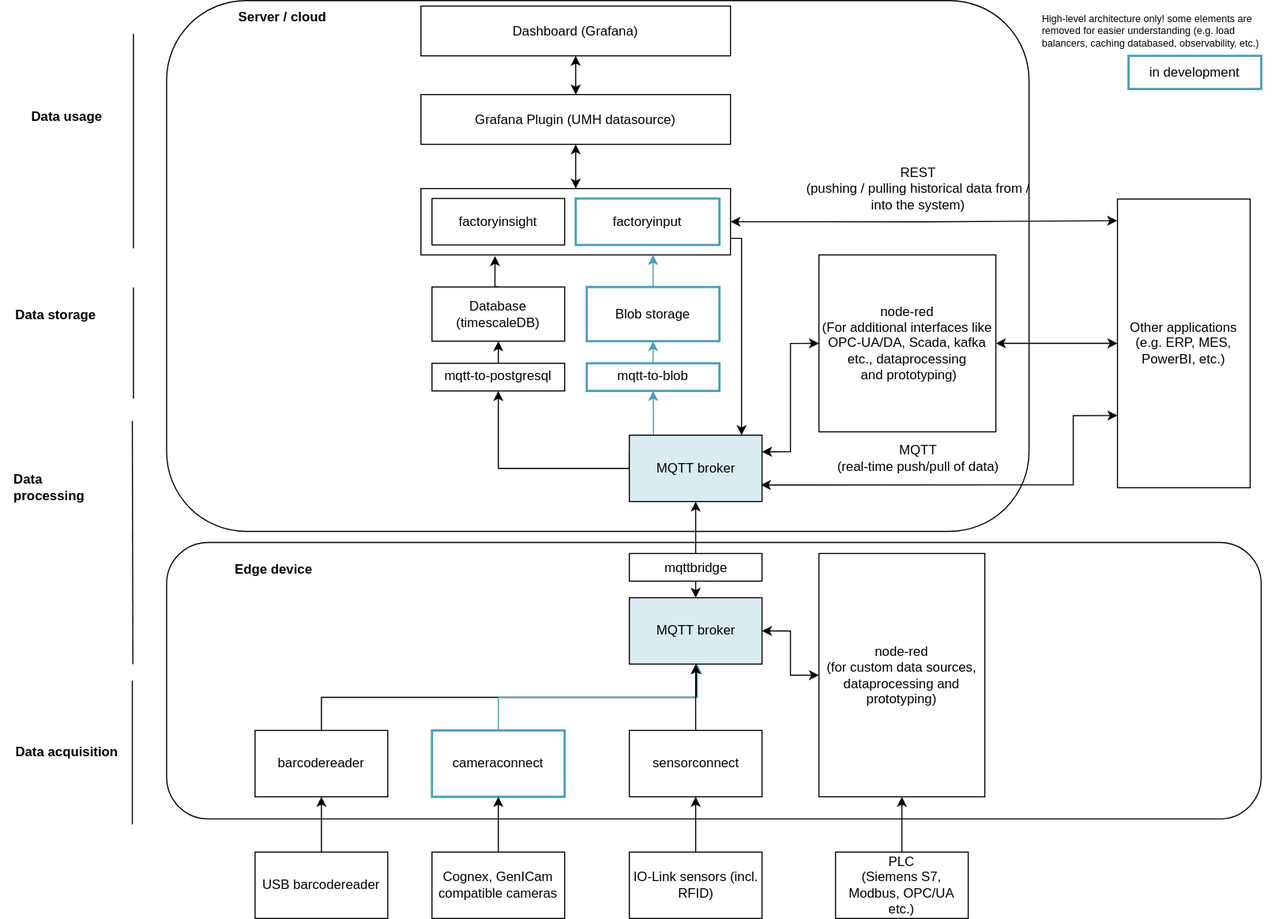
Before: docs/content/en/docs/Concepts/dataprocessing.svg, a diagram exported from draw.io (united-manufacturing-hub/united-manufacturing-hub). Source tidied: cells renumbered, new cells last; positions are measured from the earlier drawing's top-left corner, leaving out a move shared by most shapes.
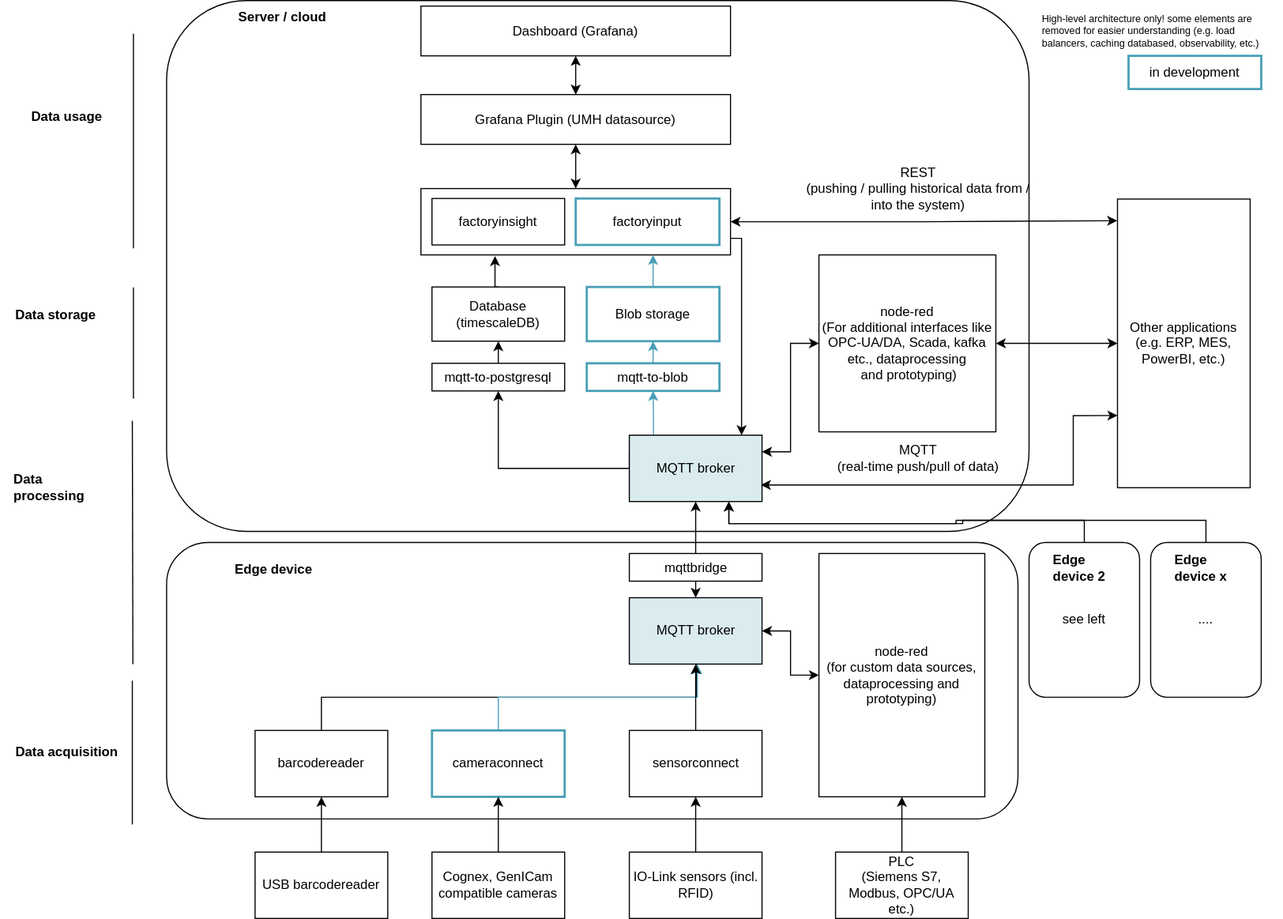
After the change.

What changed in the source:
```diff
@@ -3,7 +3,7 @@
     <mxCell id="0" />
     <mxCell id="1" parent="0" />
     <mxCell id="2" style="rounded=1;whiteSpace=wrap;html=1;fillColor=#ffffff;" parent="1" vertex="1">
-      <mxGeometry x="150" y="490" width="990" height="250" as="geometry" />
+      <mxGeometry x="150" y="490" width="770" height="250" as="geometry" />
     </mxCell>
     <mxCell id="3" value="MQTT broker" style="rounded=0;whiteSpace=wrap;html=1;fillColor=#DAECF0;" parent="1" vertex="1">
       <mxGeometry x="568.5" y="540" width="120" height="60" as="geometry" />
@@ -12,7 +12,7 @@
       <mxGeometry x="150" width="780" height="480" as="geometry" />
     </mxCell>
     <mxCell id="5" value="Edge device" style="text;html=1;strokeColor=none;fillColor=none;align=left;verticalAlign=middle;whiteSpace=wrap;rounded=0;fontStyle=1;" parent="1" vertex="1">
-      <mxGeometry x="210" y="500" width="80" height="30" as="geometry" />
+      <mxGeometry x="210" y="500" width="110" height="30" as="geometry" />
     </mxCell>
     <mxCell id="6" value="Server / cloud" style="text;html=1;strokeColor=none;fillColor=none;align=center;verticalAlign=middle;whiteSpace=wrap;rounded=0;fontStyle=1;" parent="1" vertex="1">
       <mxGeometry x="210" y="5" width="90" height="20" as="geometry" />
@@ -238,5 +238,37 @@
     <mxCell id="61" value="mqttbridge" style="rounded=0;whiteSpace=wrap;html=1;" parent="1" vertex="1">
       <mxGeometry x="568.5" y="500" width="120" height="25" as="geometry" />
     </mxCell>
+    <mxCell id="62" style="edgeStyle=orthogonalEdgeStyle;rounded=0;jettySize=auto;html=1;exitX=0.5;exitY=0;exitDx=0;exitDy=0;entryX=0.75;entryY=1;entryDx=0;entryDy=0;" parent="1" edge="1" source="63" target="10">
+      <mxGeometry relative="1" as="geometry">
+        <Array as="points">
+          <mxPoint x="980" y="470" />
+          <mxPoint x="870" y="470" />
+          <mxPoint x="870" y="473" />
+          <mxPoint x="659" y="473" />
+        </Array>
+      </mxGeometry>
+    </mxCell>
+    <mxCell id="63" value="see left" style="rounded=1;whiteSpace=wrap;html=1;fillColor=#ffffff;" parent="1" vertex="1">
+      <mxGeometry x="930" y="490" width="100" height="140" as="geometry" />
+    </mxCell>
+    <mxCell id="64" value="Edge device 2" style="text;html=1;strokeColor=none;fillColor=none;align=left;verticalAlign=middle;whiteSpace=wrap;rounded=0;fontStyle=1;" parent="1" vertex="1">
+      <mxGeometry x="950" y="497.5" width="60" height="30" as="geometry" />
+    </mxCell>
+    <mxCell id="65" style="edgeStyle=orthogonalEdgeStyle;rounded=0;jettySize=auto;html=1;exitX=0.5;exitY=0;exitDx=0;exitDy=0;entryX=0.75;entryY=1;entryDx=0;entryDy=0;" parent="1" edge="1" source="66" target="10">
+      <mxGeometry relative="1" as="geometry">
+        <Array as="points">
+          <mxPoint x="1090" y="470" />
+          <mxPoint x="864" y="470" />
+          <mxPoint x="864" y="473" />
+          <mxPoint x="659" y="473" />
+        </Array>
+      </mxGeometry>
+    </mxCell>
+    <mxCell id="66" value="...." style="rounded=1;whiteSpace=wrap;html=1;fillColor=#ffffff;" parent="1" vertex="1">
+      <mxGeometry x="1040" y="490" width="100" height="140" as="geometry" />
+    </mxCell>
+    <mxCell id="67" value="Edge device x" style="text;html=1;strokeColor=none;fillColor=none;align=left;verticalAlign=middle;whiteSpace=wrap;rounded=0;fontStyle=1;" parent="1" vertex="1">
+      <mxGeometry x="1060" y="497.5" width="60" height="30" as="geometry" />
+    </mxCell>
   </root>
 </mxGraphModel>
```
